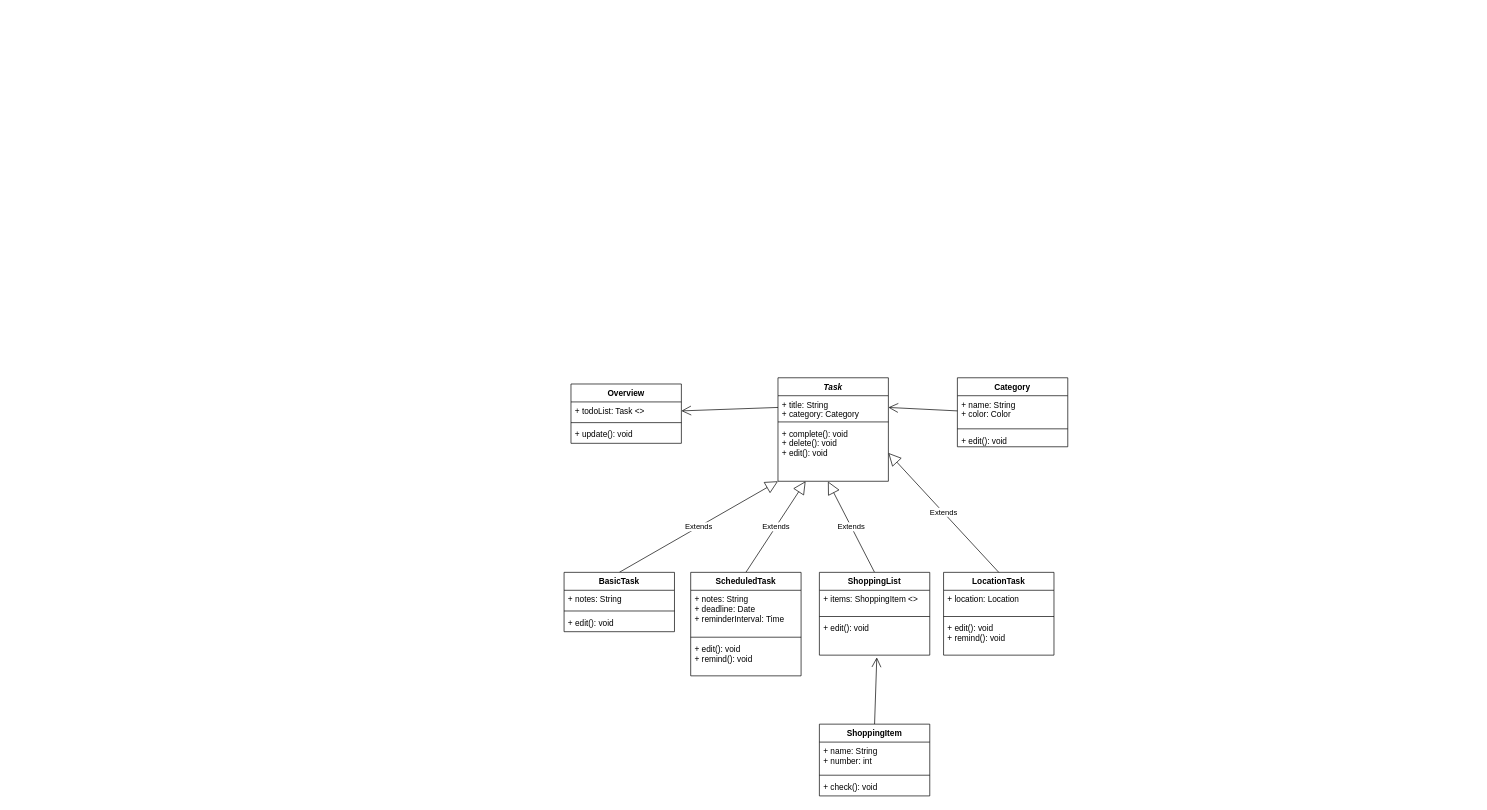
Before: todo-app_uml.drawio in BanjoBenjo/todo, a draw.io diagram. Source tidied: cells renumbered, new cells numbered last; positions are measured from the earlier drawing's top-left corner, leaving out a move shared by most shapes. Both pictures are drawn from the tidied source at 69%, with x=0, y=0 at pixel (564, 377).
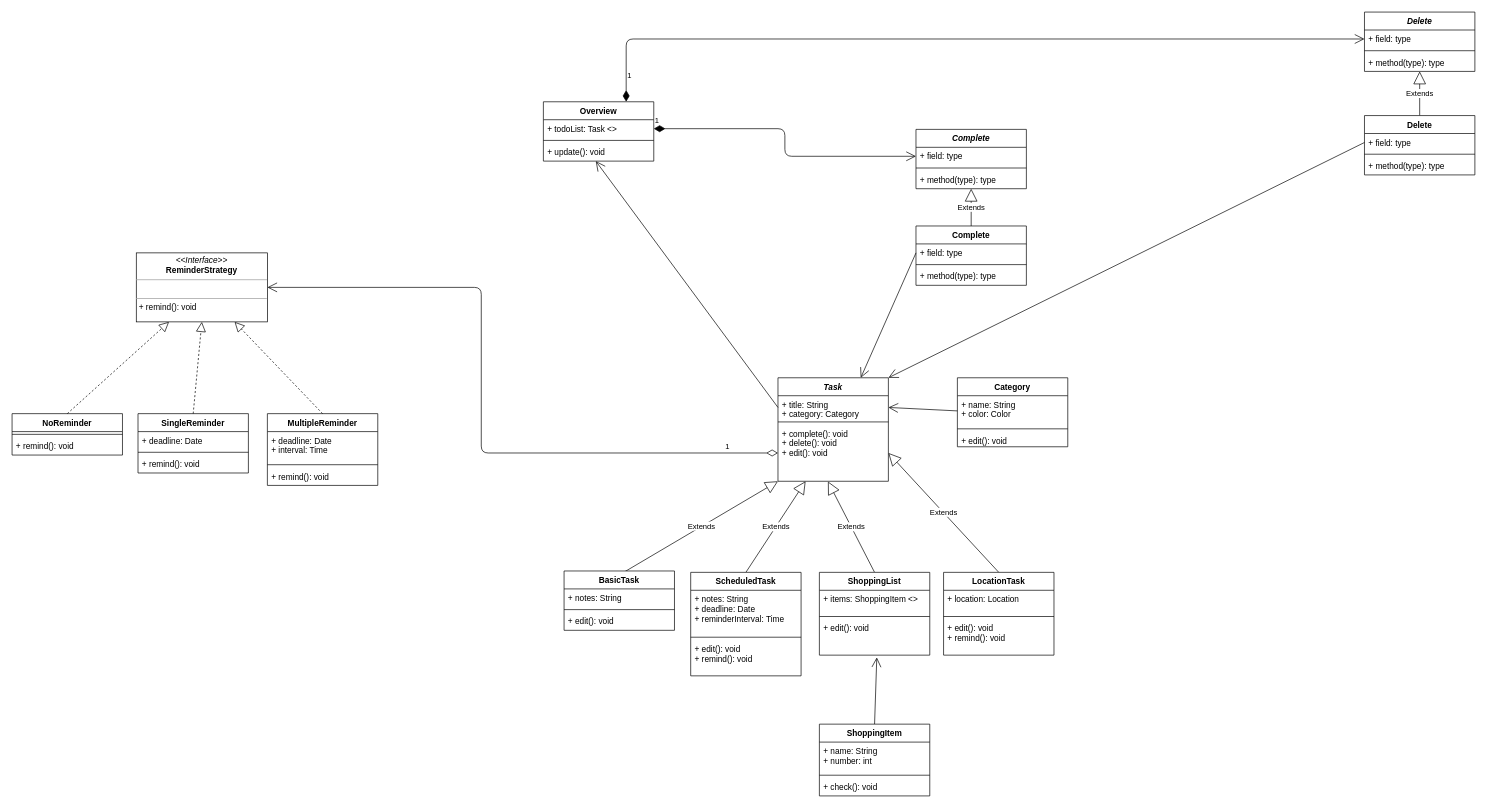
Above is the later version.

The change refers to these unchanged cells:
```xml
<mxCell id="23" value="+ name: String&#10;+ color: Color&#10;" style="text;strokeColor=none;fillColor=none;align=left;verticalAlign=top;spacingLeft=4;spacingRight=4;overflow=hidden;points=[[0,0.5],[1,0.5]];portConstraint=eastwest;" parent="22" vertex="1">
  <mxGeometry y="26" width="160" height="44" as="geometry" />
</mxCell>
<mxCell id="27" value="Task" style="swimlane;fontStyle=3;align=center;verticalAlign=top;horizontal=1;startSize=26;" parent="1" vertex="1">
  <mxGeometry x="310" width="160" height="150" as="geometry" />
</mxCell>
<mxCell id="28" value="+ title: String&#10;+ category: Category&#10;" style="text;strokeColor=none;fillColor=none;align=left;verticalAlign=top;spacingLeft=4;spacingRight=4;overflow=hidden;points=[[0,0.5],[1,0.5]];portConstraint=eastwest;" parent="27" vertex="1">
  <mxGeometry y="26" width="160" height="34" as="geometry" />
</mxCell>
<mxCell id="30" value="+ complete(): void&#10;+ delete(): void&#10;+ edit(): void&#10;&#10;" style="text;strokeColor=none;fillColor=none;align=left;verticalAlign=top;spacingLeft=4;spacingRight=4;overflow=hidden;points=[[0,0.5],[1,0.5]];portConstraint=eastwest;" parent="27" vertex="1">
  <mxGeometry y="68" width="160" height="82" as="geometry" />
</mxCell>
<mxCell id="36" value="LocationTask" style="swimlane;fontStyle=1;align=center;verticalAlign=top;horizontal=1;startSize=26;" parent="1" vertex="1">
  <mxGeometry x="550" y="282" width="160" height="120" as="geometry" />
</mxCell>
```

What changed in the source:
```diff
@@
-    <mxCell id="2" value="Extends" style="endArrow=block;endSize=16;endFill=0;html=1;entryX=0;entryY=1;entryDx=0;entryDy=0;exitX=0.5;exitY=0;exitDx=0;exitDy=0;" parent="1" edge="1" source="4" target="27">
+    <mxCell id="2" value="Extends" style="endArrow=block;endSize=16;endFill=0;html=1;entryX=0;entryY=1;entryDx=0;entryDy=0;exitX=0.55;exitY=0.012;exitDx=0;exitDy=0;exitPerimeter=0;" parent="1" edge="1" source="4" target="27">
       <mxGeometry relative="1" as="geometry" />
     </mxCell>
@@
-    <mxCell id="4" value="BasicTask" style="swimlane;fontStyle=1;align=center;verticalAlign=top;horizontal=1;startSize=26;" parent="1" vertex="1">
-      <mxGeometry y="282" width="160" height="86" as="geometry" />
-    </mxCell>
-    <mxCell id="5" value="+ notes: String" style="text;strokeColor=none;fillColor=none;align=left;verticalAlign=top;spacingLeft=4;spacingRight=4;overflow=hidden;" parent="4" vertex="1">
-      <mxGeometry y="26" width="160" height="26" as="geometry" />
-    </mxCell>
-    <mxCell id="6" style="line;strokeWidth=1;fillColor=none;align=left;verticalAlign=middle;spacingTop=-1;spacingLeft=3;spacingRight=3;labelPosition=right;" parent="4" vertex="1">
-      <mxGeometry y="52" width="160" height="8" as="geometry" />
-    </mxCell>
-    <mxCell id="7" value="+ edit(): void" style="text;strokeColor=none;fillColor=none;align=left;verticalAlign=top;spacingLeft=4;spacingRight=4;overflow=hidden;" parent="4" vertex="1">
-      <mxGeometry y="60" width="160" height="26" as="geometry" />
-    </mxCell>
@@
+    <mxCell id="26" style="endArrow=open;endFill=1;endSize=12;html=1;entryX=1;entryY=0.5;entryDx=0;entryDy=0;exitX=0;exitY=0.5;exitDx=0;exitDy=0;" parent="1" edge="1" source="23" target="28">
+      <mxGeometry relative="1" as="geometry" />
+    </mxCell>
+    <mxCell id="35" style="endArrow=open;endFill=1;endSize=12;html=1;entryX=0.475;entryY=1;entryDx=0;entryDy=0;exitX=0;exitY=0.5;exitDx=0;exitDy=0;entryPerimeter=0;" parent="1" edge="1" source="28" target="34">
+      <mxGeometry relative="1" as="geometry" />
+    </mxCell>
+    <mxCell id="40" value="Extends" style="endArrow=block;endSize=16;endFill=0;html=1;entryX=1;entryY=0.5;entryDx=0;entryDy=0;exitX=0.5;exitY=0;exitDx=0;exitDy=0;" parent="1" edge="1" source="36" target="30">
+      <mxGeometry relative="1" as="geometry" />
+    </mxCell>
+    <mxCell id="41" value="SingleReminder" style="swimlane;fontStyle=1;align=center;verticalAlign=top;horizontal=1;startSize=26;" parent="1" vertex="1">
+      <mxGeometry x="-617.5" y="52" width="160" height="86" as="geometry" />
+    </mxCell>
+    <mxCell id="42" value="+ deadline: Date" style="text;strokeColor=none;fillColor=none;align=left;verticalAlign=top;spacingLeft=4;spacingRight=4;overflow=hidden;" parent="41" vertex="1">
+      <mxGeometry y="26" width="160" height="26" as="geometry" />
+    </mxCell>
+    <mxCell id="43" style="line;strokeWidth=1;fillColor=none;align=left;verticalAlign=middle;spacingTop=-1;spacingLeft=3;spacingRight=3;labelPosition=right;" parent="41" vertex="1">
+      <mxGeometry y="52" width="160" height="8" as="geometry" />
+    </mxCell>
+    <mxCell id="44" value="+ remind(): void" style="text;strokeColor=none;fillColor=none;align=left;verticalAlign=top;spacingLeft=4;spacingRight=4;overflow=hidden;" parent="41" vertex="1">
+      <mxGeometry y="60" width="160" height="26" as="geometry" />
+    </mxCell>
+    <mxCell id="45" value="MultipleReminder" style="swimlane;fontStyle=1;align=center;verticalAlign=top;horizontal=1;startSize=26;" parent="1" vertex="1">
+      <mxGeometry x="-430" y="52" width="160" height="104" as="geometry" />
+    </mxCell>
+    <mxCell id="46" value="+ deadline: Date&#10;+ interval: Time&#10;" style="text;strokeColor=none;fillColor=none;align=left;verticalAlign=top;spacingLeft=4;spacingRight=4;overflow=hidden;" parent="45" vertex="1">
+      <mxGeometry y="26" width="160" height="44" as="geometry" />
+    </mxCell>
+    <mxCell id="47" style="line;strokeWidth=1;fillColor=none;align=left;verticalAlign=middle;spacingTop=-1;spacingLeft=3;spacingRight=3;labelPosition=right;" parent="45" vertex="1">
+      <mxGeometry y="70" width="160" height="8" as="geometry" />
+    </mxCell>
+    <mxCell id="48" value="+ remind(): void" style="text;strokeColor=none;fillColor=none;align=left;verticalAlign=top;spacingLeft=4;spacingRight=4;overflow=hidden;" parent="45" vertex="1">
+      <mxGeometry y="78" width="160" height="26" as="geometry" />
+    </mxCell>
+    <mxCell id="49" value="NoReminder" style="swimlane;fontStyle=1;align=center;verticalAlign=top;horizontal=1;startSize=26;" parent="1" vertex="1">
+      <mxGeometry x="-800" y="52" width="160" height="60" as="geometry" />
+    </mxCell>
+    <mxCell id="50" style="line;strokeWidth=1;fillColor=none;align=left;verticalAlign=middle;spacingTop=-1;spacingLeft=3;spacingRight=3;labelPosition=right;" parent="49" vertex="1">
+      <mxGeometry y="26" width="160" height="8" as="geometry" />
+    </mxCell>
+    <mxCell id="51" value="+ remind(): void" style="text;strokeColor=none;fillColor=none;align=left;verticalAlign=top;spacingLeft=4;spacingRight=4;overflow=hidden;" parent="49" vertex="1">
+      <mxGeometry y="34" width="160" height="26" as="geometry" />
+    </mxCell>
+    <mxCell id="52" style="endArrow=block;dashed=1;endFill=0;endSize=12;html=1;exitX=0.5;exitY=0;exitDx=0;exitDy=0;entryX=0.25;entryY=1;entryDx=0;entryDy=0;" parent="1" edge="1" source="49" target="55">
+      <mxGeometry relative="1" as="geometry" />
+    </mxCell>
+    <mxCell id="53" style="endArrow=block;dashed=1;endFill=0;endSize=12;html=1;entryX=0.5;entryY=1;entryDx=0;entryDy=0;exitX=0.5;exitY=0;exitDx=0;exitDy=0;" parent="1" edge="1" source="41" target="55">
+      <mxGeometry relative="1" as="geometry" />
+    </mxCell>
+    <mxCell id="54" style="endArrow=block;dashed=1;endFill=0;endSize=12;html=1;entryX=0.75;entryY=1;entryDx=0;entryDy=0;exitX=0.5;exitY=0;exitDx=0;exitDy=0;" parent="1" edge="1" source="45" target="55">
+      <mxGeometry relative="1" as="geometry" />
+    </mxCell>
+    <mxCell id="55" value="&lt;p style=&quot;margin: 0px ; margin-top: 4px ; text-align: center&quot;&gt;&lt;i&gt;&amp;lt;&amp;lt;Interface&amp;gt;&amp;gt;&lt;/i&gt;&lt;br&gt;&lt;b&gt;ReminderStrategy&lt;/b&gt;&lt;/p&gt;&lt;hr size=&quot;1&quot;&gt;&lt;br&gt;&lt;hr size=&quot;1&quot;&gt;&lt;p style=&quot;margin: 0px ; margin-left: 4px&quot;&gt;+ remind(): void&lt;br&gt;&lt;/p&gt;" style="verticalAlign=top;align=left;overflow=fill;fontSize=12;fontFamily=Helvetica;html=1;" parent="1" vertex="1">
+      <mxGeometry x="-620" y="-181" width="190" height="100" as="geometry" />
+    </mxCell>
+    <mxCell id="31" value="Overview" style="swimlane;fontStyle=1;align=center;verticalAlign=top;horizontal=1;startSize=26;" parent="1" vertex="1">
+      <mxGeometry x="-30" y="-400" width="160" height="86" as="geometry" />
+    </mxCell>
+    <mxCell id="32" value="+ todoList: Task &lt;&gt;" style="text;strokeColor=none;fillColor=none;align=left;verticalAlign=top;spacingLeft=4;spacingRight=4;overflow=hidden;points=[[0,0.5],[1,0.5]];portConstraint=eastwest;" parent="31" vertex="1">
+      <mxGeometry y="26" width="160" height="26" as="geometry" />
+    </mxCell>
+    <mxCell id="33" style="line;strokeWidth=1;fillColor=none;align=left;verticalAlign=middle;spacingTop=-1;spacingLeft=3;spacingRight=3;labelPosition=right;" parent="31" vertex="1">
+      <mxGeometry y="52" width="160" height="8" as="geometry" />
+    </mxCell>
+    <mxCell id="34" value="+ update(): void" style="text;strokeColor=none;fillColor=none;align=left;verticalAlign=top;spacingLeft=4;spacingRight=4;overflow=hidden;points=[[0,0.5],[1,0.5]];portConstraint=eastwest;" parent="31" vertex="1">
+      <mxGeometry y="60" width="160" height="26" as="geometry" />
+    </mxCell>
+    <mxCell id="56" value="1" style="endArrow=open;html=1;endSize=12;startArrow=diamondThin;startSize=14;startFill=0;edgeStyle=orthogonalEdgeStyle;align=left;verticalAlign=bottom;exitX=0;exitY=0.5;exitDx=0;exitDy=0;entryX=1;entryY=0.5;entryDx=0;entryDy=0;" parent="1" edge="1" source="30" target="55">
+      <mxGeometry x="-0.84" relative="1" as="geometry">
+        <Array as="points">
+          <mxPoint x="-120" y="109" />
+          <mxPoint x="-120" y="-131" />
+        </Array>
+      </mxGeometry>
+    </mxCell>
+    <mxCell id="57" value="Extends" style="endArrow=block;endSize=16;endFill=0;html=1;exitX=0.5;exitY=0;exitDx=0;exitDy=0;" parent="1" edge="1" source="62" target="69">
+      <mxGeometry relative="1" as="geometry" />
+    </mxCell>
+    <mxCell id="58" style="endArrow=open;endFill=1;endSize=12;html=1;exitX=0;exitY=0.5;exitDx=0;exitDy=0;entryX=1;entryY=0;entryDx=0;entryDy=0;" parent="1" edge="1" source="63" target="27">
+      <mxGeometry relative="1" as="geometry" />
+    </mxCell>
+    <mxCell id="59" value="Extends" style="endArrow=block;endSize=16;endFill=0;html=1;exitX=0.5;exitY=0;exitDx=0;exitDy=0;" parent="1" edge="1" source="70" target="77">
+      <mxGeometry relative="1" as="geometry" />
+    </mxCell>
@@
-    <mxCell id="26" style="endArrow=open;endFill=1;endSize=12;html=1;entryX=1;entryY=0.5;entryDx=0;entryDy=0;exitX=0;exitY=0.5;exitDx=0;exitDy=0;" parent="1" edge="1" source="23" target="28">
-      <mxGeometry relative="1" as="geometry" />
-    </mxCell>
@@
-    <mxCell id="31" value="Overview" style="swimlane;fontStyle=1;align=center;verticalAlign=top;horizontal=1;startSize=26;" parent="1" vertex="1">
-      <mxGeometry x="10" y="9" width="160" height="86" as="geometry" />
-    </mxCell>
-    <mxCell id="32" value="+ todoList: Task &lt;&gt;" style="text;strokeColor=none;fillColor=none;align=left;verticalAlign=top;spacingLeft=4;spacingRight=4;overflow=hidden;points=[[0,0.5],[1,0.5]];portConstraint=eastwest;" parent="31" vertex="1">
-      <mxGeometry y="26" width="160" height="26" as="geometry" />
-    </mxCell>
-    <mxCell id="33" style="line;strokeWidth=1;fillColor=none;align=left;verticalAlign=middle;spacingTop=-1;spacingLeft=3;spacingRight=3;labelPosition=right;" parent="31" vertex="1">
-      <mxGeometry y="52" width="160" height="8" as="geometry" />
-    </mxCell>
-    <mxCell id="34" value="+ update(): void" style="text;strokeColor=none;fillColor=none;align=left;verticalAlign=top;spacingLeft=4;spacingRight=4;overflow=hidden;points=[[0,0.5],[1,0.5]];portConstraint=eastwest;" parent="31" vertex="1">
-      <mxGeometry y="60" width="160" height="26" as="geometry" />
-    </mxCell>
-    <mxCell id="35" style="endArrow=open;endFill=1;endSize=12;html=1;entryX=1;entryY=0.5;entryDx=0;entryDy=0;exitX=0;exitY=0.5;exitDx=0;exitDy=0;" parent="1" edge="1" source="28" target="32">
-      <mxGeometry relative="1" as="geometry" />
-    </mxCell>
@@
-    <mxCell id="40" value="Extends" style="endArrow=block;endSize=16;endFill=0;html=1;entryX=1;entryY=0.5;entryDx=0;entryDy=0;exitX=0.5;exitY=0;exitDx=0;exitDy=0;" parent="1" edge="1" source="36" target="30">
-      <mxGeometry relative="1" as="geometry" />
-    </mxCell>
+    <mxCell id="4" value="BasicTask" style="swimlane;fontStyle=1;align=center;verticalAlign=top;horizontal=1;startSize=26;" parent="1" vertex="1">
+      <mxGeometry y="280" width="160" height="86" as="geometry" />
+    </mxCell>
+    <mxCell id="5" value="+ notes: String" style="text;strokeColor=none;fillColor=none;align=left;verticalAlign=top;spacingLeft=4;spacingRight=4;overflow=hidden;" parent="4" vertex="1">
+      <mxGeometry y="26" width="160" height="26" as="geometry" />
+    </mxCell>
+    <mxCell id="6" style="line;strokeWidth=1;fillColor=none;align=left;verticalAlign=middle;spacingTop=-1;spacingLeft=3;spacingRight=3;labelPosition=right;" parent="4" vertex="1">
+      <mxGeometry y="52" width="160" height="8" as="geometry" />
+    </mxCell>
+    <mxCell id="7" value="+ edit(): void" style="text;strokeColor=none;fillColor=none;align=left;verticalAlign=top;spacingLeft=4;spacingRight=4;overflow=hidden;" parent="4" vertex="1">
+      <mxGeometry y="60" width="160" height="26" as="geometry" />
+    </mxCell>
+    <mxCell id="60" style="endArrow=open;endFill=1;endSize=12;html=1;exitX=0;exitY=0.5;exitDx=0;exitDy=0;entryX=0.75;entryY=0;entryDx=0;entryDy=0;" parent="1" edge="1" source="71" target="27">
+      <mxGeometry relative="1" as="geometry" />
+    </mxCell>
+    <mxCell id="61" value="1" style="endArrow=open;html=1;endSize=12;startArrow=diamondThin;startSize=14;startFill=1;edgeStyle=orthogonalEdgeStyle;align=left;verticalAlign=bottom;exitX=1;exitY=0.5;exitDx=0;exitDy=0;entryX=0;entryY=0.5;entryDx=0;entryDy=0;" parent="1" edge="1" source="32" target="75">
+      <mxGeometry x="-1" y="3" relative="1" as="geometry" />
+    </mxCell>
+    <mxCell id="62" value="Delete" style="swimlane;fontStyle=1;align=center;verticalAlign=top;horizontal=1;startSize=26;" parent="1" vertex="1">
+      <mxGeometry x="1160" y="-380" width="160" height="86" as="geometry" />
+    </mxCell>
+    <mxCell id="63" value="+ field: type" style="text;strokeColor=none;fillColor=none;align=left;verticalAlign=top;spacingLeft=4;spacingRight=4;overflow=hidden;points=[[0,0.5],[1,0.5]];portConstraint=eastwest;" parent="62" vertex="1">
+      <mxGeometry y="26" width="160" height="26" as="geometry" />
+    </mxCell>
+    <mxCell id="64" style="line;strokeWidth=1;fillColor=none;align=left;verticalAlign=middle;spacingTop=-1;spacingLeft=3;spacingRight=3;labelPosition=right;" parent="62" vertex="1">
+      <mxGeometry y="52" width="160" height="8" as="geometry" />
+    </mxCell>
+    <mxCell id="65" value="+ method(type): type" style="text;strokeColor=none;fillColor=none;align=left;verticalAlign=top;spacingLeft=4;spacingRight=4;overflow=hidden;" parent="62" vertex="1">
+      <mxGeometry y="60" width="160" height="26" as="geometry" />
+    </mxCell>
+    <mxCell id="66" value="Delete" style="swimlane;fontStyle=3;align=center;verticalAlign=top;horizontal=1;startSize=26;" parent="1" vertex="1">
+      <mxGeometry x="1160" y="-530" width="160" height="86" as="geometry" />
+    </mxCell>
+    <mxCell id="67" value="+ field: type" style="text;strokeColor=none;fillColor=none;align=left;verticalAlign=top;spacingLeft=4;spacingRight=4;overflow=hidden;points=[[0,0.5],[1,0.5]];portConstraint=eastwest;" parent="66" vertex="1">
+      <mxGeometry y="26" width="160" height="26" as="geometry" />
+    </mxCell>
+    <mxCell id="68" style="line;strokeWidth=1;fillColor=none;align=left;verticalAlign=middle;spacingTop=-1;spacingLeft=3;spacingRight=3;labelPosition=right;" parent="66" vertex="1">
+      <mxGeometry y="52" width="160" height="8" as="geometry" />
+    </mxCell>
+    <mxCell id="69" value="+ method(type): type" style="text;strokeColor=none;fillColor=none;align=left;verticalAlign=top;spacingLeft=4;spacingRight=4;overflow=hidden;points=[[0,0.5],[1,0.5]];portConstraint=eastwest;" parent="66" vertex="1">
+      <mxGeometry y="60" width="160" height="26" as="geometry" />
+    </mxCell>
+    <mxCell id="70" value="Complete" style="swimlane;fontStyle=1;align=center;verticalAlign=top;horizontal=1;startSize=26;" parent="1" vertex="1">
+      <mxGeometry x="510" y="-220" width="160" height="86" as="geometry" />
+    </mxCell>
+    <mxCell id="71" value="+ field: type" style="text;strokeColor=none;fillColor=none;align=left;verticalAlign=top;spacingLeft=4;spacingRight=4;overflow=hidden;points=[[0,0.5],[1,0.5]];portConstraint=eastwest;" parent="70" vertex="1">
+      <mxGeometry y="26" width="160" height="26" as="geometry" />
+    </mxCell>
+    <mxCell id="72" style="line;strokeWidth=1;fillColor=none;align=left;verticalAlign=middle;spacingTop=-1;spacingLeft=3;spacingRight=3;labelPosition=right;" parent="70" vertex="1">
+      <mxGeometry y="52" width="160" height="8" as="geometry" />
+    </mxCell>
+    <mxCell id="73" value="+ method(type): type" style="text;strokeColor=none;fillColor=none;align=left;verticalAlign=top;spacingLeft=4;spacingRight=4;overflow=hidden;" parent="70" vertex="1">
+      <mxGeometry y="60" width="160" height="26" as="geometry" />
+    </mxCell>
+    <mxCell id="74" value="Complete" style="swimlane;fontStyle=3;align=center;verticalAlign=top;horizontal=1;startSize=26;" parent="1" vertex="1">
+      <mxGeometry x="510" y="-360" width="160" height="86" as="geometry" />
+    </mxCell>
+    <mxCell id="75" value="+ field: type" style="text;strokeColor=none;fillColor=none;align=left;verticalAlign=top;spacingLeft=4;spacingRight=4;overflow=hidden;points=[[0,0.5],[1,0.5]];portConstraint=eastwest;" parent="74" vertex="1">
+      <mxGeometry y="26" width="160" height="26" as="geometry" />
+    </mxCell>
+    <mxCell id="76" style="line;strokeWidth=1;fillColor=none;align=left;verticalAlign=middle;spacingTop=-1;spacingLeft=3;spacingRight=3;labelPosition=right;" parent="74" vertex="1">
+      <mxGeometry y="52" width="160" height="8" as="geometry" />
+    </mxCell>
+    <mxCell id="77" value="+ method(type): type" style="text;strokeColor=none;fillColor=none;align=left;verticalAlign=top;spacingLeft=4;spacingRight=4;overflow=hidden;points=[[0,0.5],[1,0.5]];portConstraint=eastwest;" parent="74" vertex="1">
+      <mxGeometry y="60" width="160" height="26" as="geometry" />
+    </mxCell>
+    <mxCell id="78" value="1" style="endArrow=open;html=1;endSize=12;startArrow=diamondThin;startSize=14;startFill=1;edgeStyle=orthogonalEdgeStyle;align=left;verticalAlign=bottom;exitX=0.75;exitY=0;exitDx=0;exitDy=0;entryX=0;entryY=0.5;entryDx=0;entryDy=0;" parent="1" edge="1" source="31" target="67">
+      <mxGeometry x="-0.95" relative="1" as="geometry" />
+    </mxCell>
```
